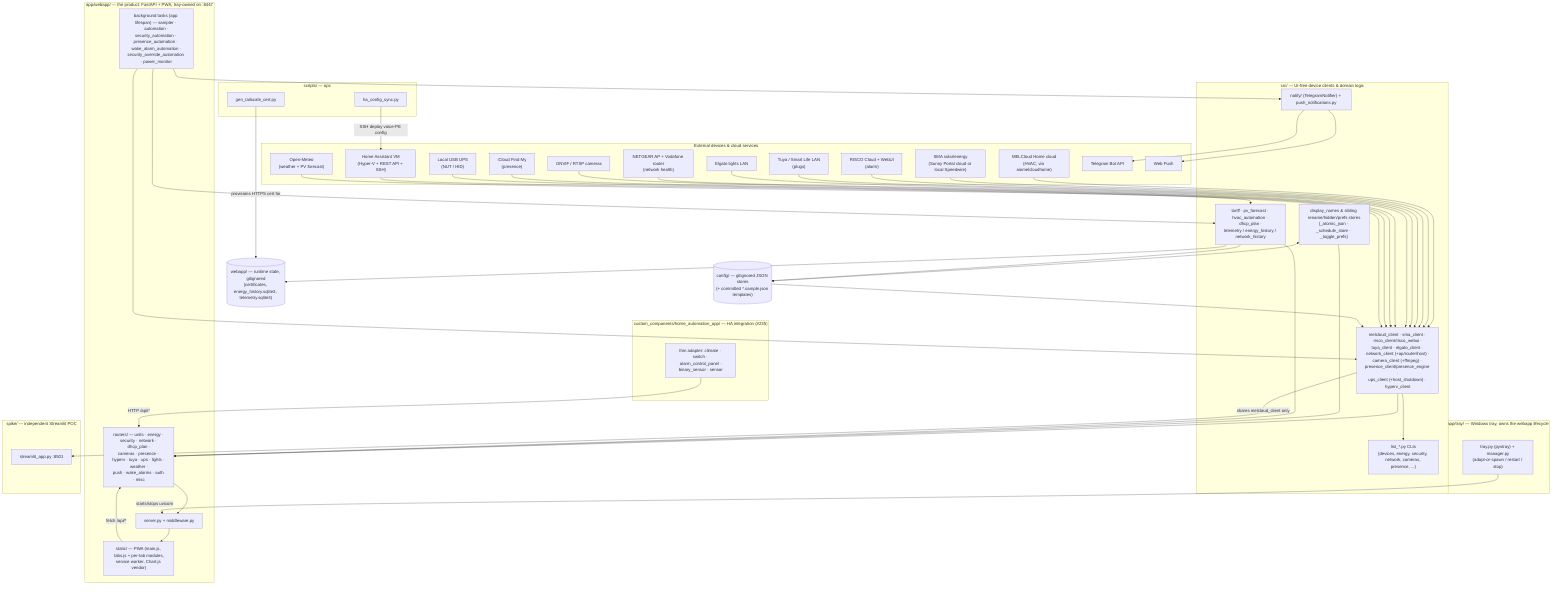
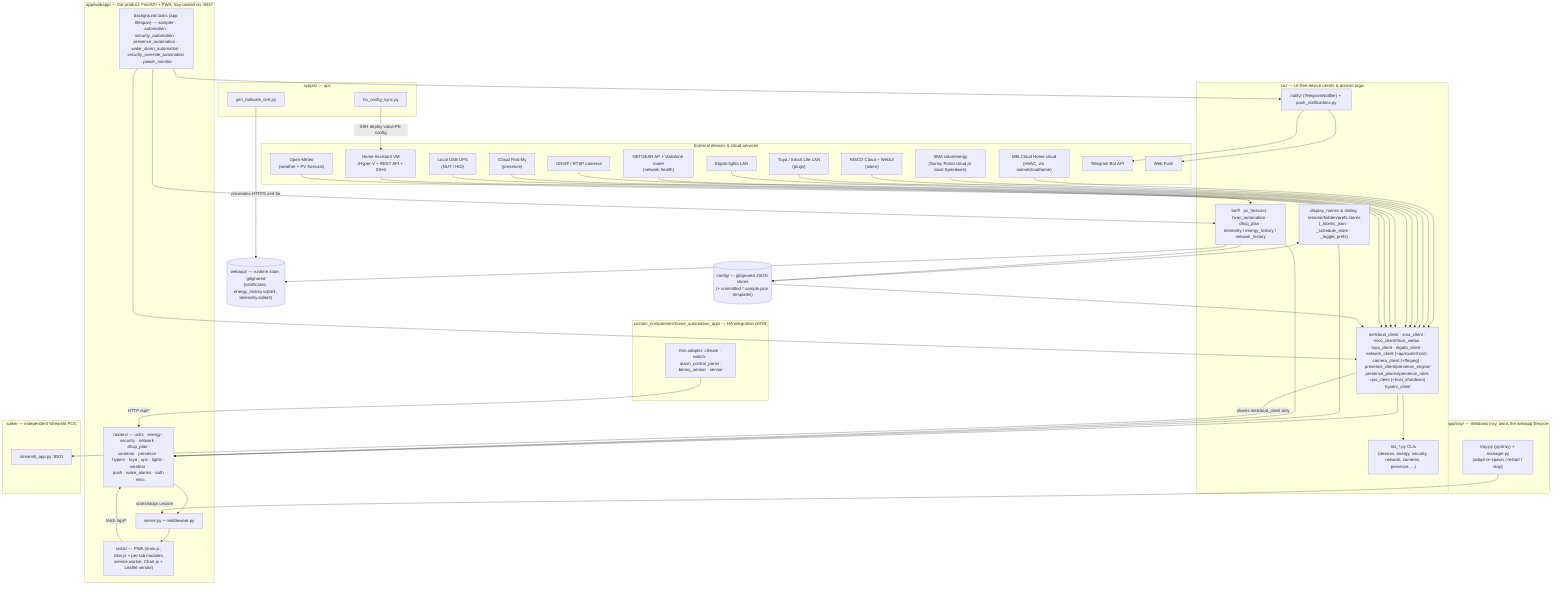
%% docs/architecture.mmd — home-automation's own internal structure.
%% Hand-authored, not generated — a per-repo companion to the fleet-wide
%% convention established in fleet-config#256 (this repo has no mechanically
%% crawled fleet-map equivalent; its internal shape is semantic). Update this
%% diagram in the same PR as any material structural change (a new device
%% integration, a relocated automation task, a moved script) — same
%% anti-staleness contract as this repo's own `.fleet.toml` `description`
%% field. See docs/architecture.md for the exhaustive per-file inventory;
%% this file is the high-level shape + data flow only.

flowchart TB
  subgraph external["External devices & cloud services"]
    MELCLOUD["MELCloud Home cloud\n(HVAC, via aiomelcloudhome)"]
    SMA["SMA solar/energy\n(Sunny Portal cloud or local Speedwire)"]
    RISCO["RISCO Cloud + WebUI\n(alarm)"]
    TUYA["Tuya / Smart Life LAN\n(plugs)"]
    ELGATO["Elgato lights LAN"]
    LAN["NETGEAR AP + Vodafone router\n(network health)"]
    CAMS["ONVIF / RTSP cameras"]
    ICLOUD["iCloud Find My\n(presence)"]
    METEO["Open-Meteo\n(weather + PV forecast)"]
    UPS["Local USB UPS\n(NUT / HID)"]
    HAVM["Home Assistant VM\n(Hyper-V + REST API + SSH)"]
    TELEGRAM["Telegram Bot API"]
    WEBPUSH["Web Push"]
  end

  subgraph core["src/ — UI-free device clients & domain logic"]
-     CLIENTS["melcloud_client · sma_client · risco_client/risco_webui ·\ntuya_client · elgato_client · network_client (+ap/router/host) ·\ncamera_client (+ffmpeg) · presence_client/presence_engine ·\nups_client (+host_shutdown) · hyperv_client"]
+     CLIENTS["melcloud_client · sma_client · risco_client/risco_webui ·\ntuya_client · elgato_client · network_client (+ap/router/host) ·\ncamera_client (+ffmpeg) · presence_client/presence_engine/\npresence_places/presence_roles · ups_client (+host_shutdown) ·\nhyperv_client"]
    DOMAIN["tariff · pv_forecast · hvac_automation · dhcp_plan ·\ntelemetry / energy_history / network_history"]
    STORES["display_names & sibling rename/hidden/prefs stores\n(_atomic_json · _schedule_store · _toggle_prefs)"]
    NOTIFY["notify/ (TelegramNotifier) + push_notifications.py"]
    CLIS["list_*.py CLIs\n(devices, energy, security, network, cameras, presence, ...)"]
  end

  MELCLOUD --> CLIENTS
  SMA --> CLIENTS
  RISCO --> CLIENTS
  TUYA --> CLIENTS
  ELGATO --> CLIENTS
  LAN --> CLIENTS
  CAMS --> CLIENTS
  ICLOUD --> CLIENTS
  METEO --> DOMAIN
  UPS --> CLIENTS
  HAVM --> CLIENTS
  NOTIFY --> TELEGRAM
  NOTIFY --> WEBPUSH
  CLIENTS --> CLIS

  CONFIG[("config/ — gitignored JSON stores\n(+ committed *.sample.json templates)")]
  RUNTIME[("webapp/ — runtime state, gitignored\n(certificates, energy_history.sqlite3, telemetry.sqlite3)")]
  CONFIG --> CLIENTS
  STORES <--> CONFIG
  DOMAIN --> CONFIG
  DOMAIN --> RUNTIME

  subgraph webapp["app/webapp/ — the product: FastAPI + PWA, tray-owned on :8447"]
    SERVER["server.py + middleware.py"]
    ROUTERS["routers/ — units · energy · security · network · dhcp_plan ·\ncameras · presence · hyperv · tuya · ups · lights · weather ·\npush · wake_alarms · auth · misc"]
    BGTASKS["background tasks (app lifespan) — sampler · automation ·\nsecurity_automation · presence_automation · wake_alarm_automation ·\nsecurity_override_automation · power_monitor"]
-     STATIC["static/ — PWA (main.js, tabs.js + per-tab modules,\nservice worker, Chart.js vendor)"]
+     STATIC["static/ — PWA (main.js, tabs.js + per-tab modules,\nservice worker, Chart.js + Leaflet vendor)"]
  end

  CLIENTS --> ROUTERS
  STORES --> ROUTERS
  DOMAIN --> ROUTERS
  ROUTERS --> SERVER
  BGTASKS --> CLIENTS
  BGTASKS --> DOMAIN
  BGTASKS --> NOTIFY
  SERVER --> STATIC
  STATIC -->|fetch /api/*| ROUTERS

  subgraph tray_sub["app/tray/ — Windows tray, owns the webapp lifecycle"]
    TRAY["tray.py (pystray) + manager.py\n(adopt-or-spawn / restart / stop)"]
  end
  TRAY -->|starts/stops uvicorn| SERVER

  subgraph ha["custom_components/home_automation_app/ — HA integration (#235)"]
    HAINT["thin adapter: climate · switch · alarm_control_panel ·\nbinary_sensor · sensor"]
  end
  HAINT -->|HTTP /api/*| ROUTERS

  subgraph ops["scripts/ — ops"]
    CERTGEN["gen_tailscale_cert.py"]
    HASYNC["ha_config_sync.py"]
  end
  CERTGEN -->|provisions HTTPS cert for| RUNTIME
  HASYNC -->|SSH deploy voice-PE config| HAVM

  subgraph spike_sub["spike/ — independent Streamlit POC"]
    STREAMLIT["streamlit_app.py :8501"]
  end
  CLIENTS -->|shares melcloud_client only| STREAMLIT
